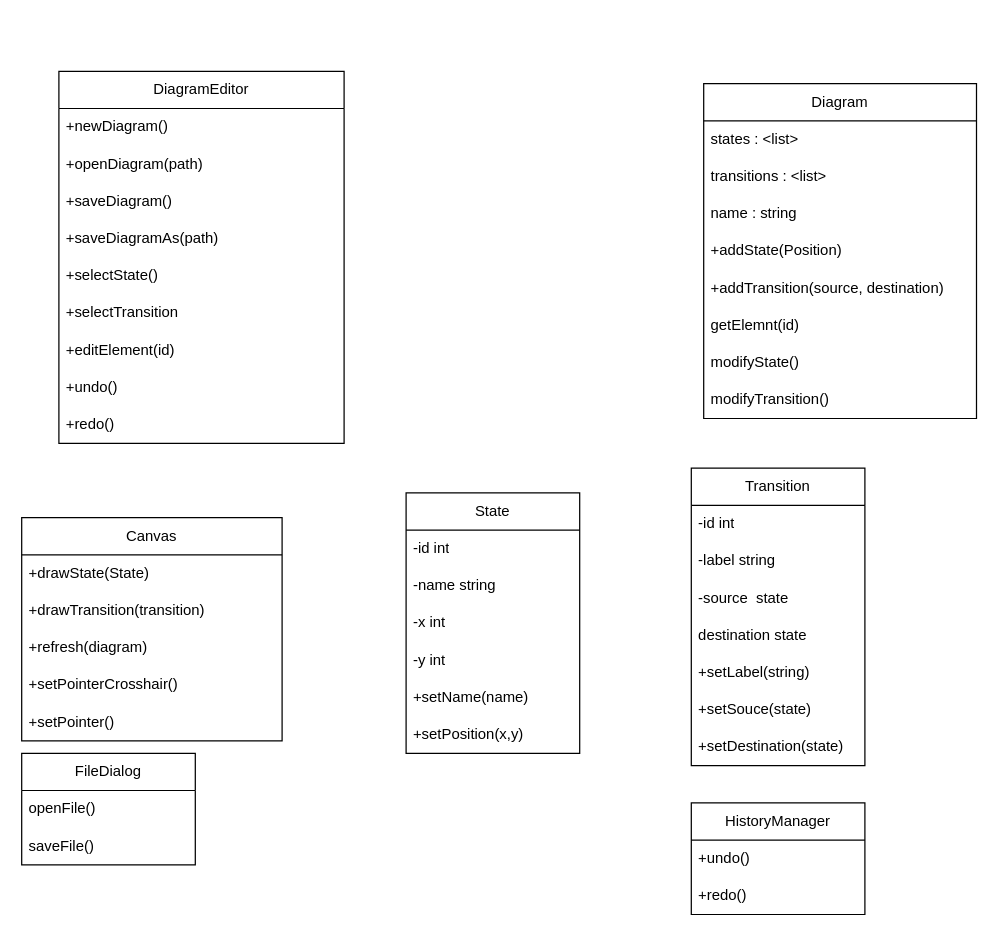
Before: DiagramClass.drawio in vwhernan/CSC-300, a draw.io diagram. Source tidied: cells renumbered, new cells numbered last; positions are measured from the earlier drawing's top-left corner, leaving out a move shared by most shapes. Both pictures are drawn from the tidied source at 124%, with x=0, y=0 at pixel (21, 71).
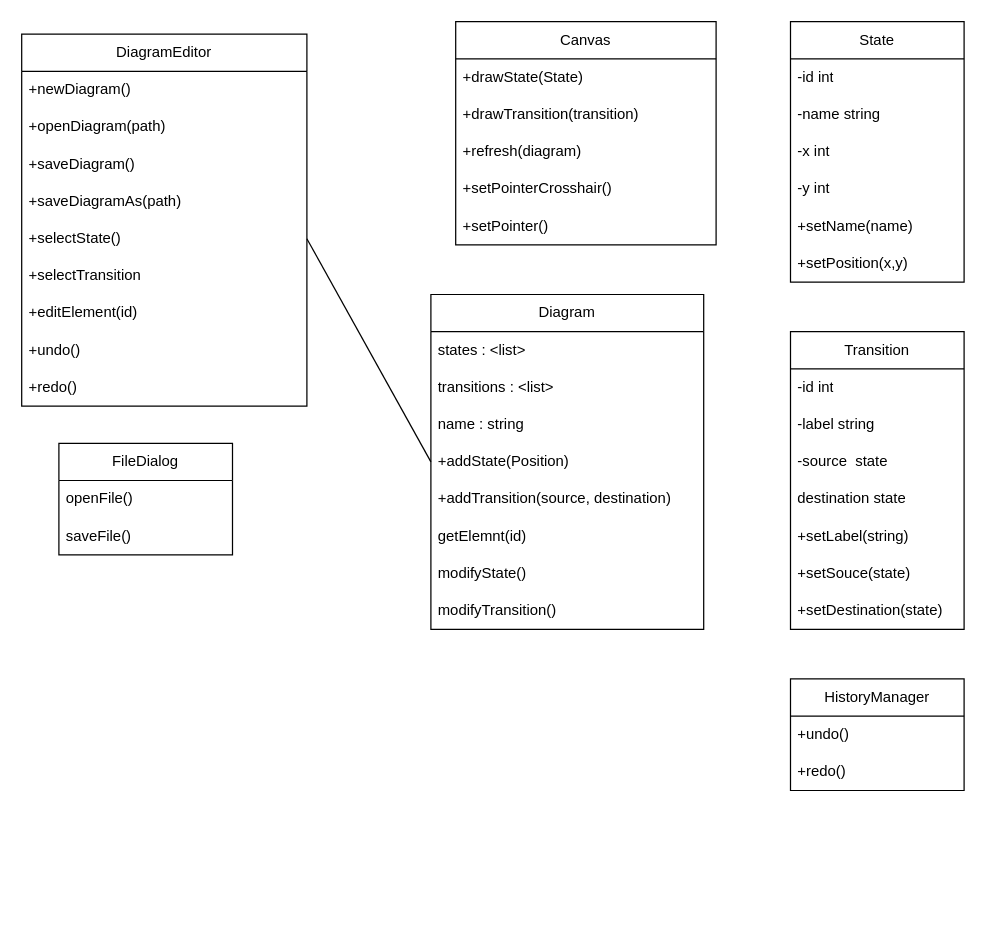
Above is the later version.

Unchanged cells that the change refers to:
```xml
<mxCell id="7" value="+selectState()" style="text;strokeColor=none;fillColor=none;align=left;verticalAlign=middle;spacingLeft=4;spacingRight=4;overflow=hidden;points=[[0,0.5],[1,0.5]];portConstraint=eastwest;whiteSpace=wrap;html=1;" parent="2" vertex="1">
  <mxGeometry y="150" width="230" height="30" as="geometry" />
</mxCell>
<mxCell id="26" value="+addState(Position)" style="text;strokeColor=none;fillColor=none;align=left;verticalAlign=middle;spacingLeft=4;spacingRight=4;overflow=hidden;points=[[0,0.5],[1,0.5]];portConstraint=eastwest;whiteSpace=wrap;html=1;" parent="22" vertex="1">
  <mxGeometry y="120" width="220" height="30" as="geometry" />
</mxCell>
```

Change to the diagram source:
```diff
@@
     <mxCell id="2" value="DiagramEditor" style="swimlane;fontStyle=0;horizontal=1;startSize=30;whiteSpace=wrap;html=1;" parent="1" vertex="1">
-      <mxGeometry x="30" width="230" height="300" as="geometry" />
+      <mxGeometry y="-30" width="230" height="300" as="geometry" />
     </mxCell>
@@
     <mxCell id="12" value="State" style="swimlane;fontStyle=0;horizontal=1;startSize=30;whiteSpace=wrap;html=1;" parent="1" vertex="1">
-      <mxGeometry x="310" y="340" width="140" height="210" as="geometry" />
+      <mxGeometry x="620" y="-40" width="140" height="210" as="geometry" />
     </mxCell>
@@
     <mxCell id="19" value="HistoryManager" style="swimlane;fontStyle=0;horizontal=1;startSize=30;whiteSpace=wrap;html=1;" parent="1" vertex="1">
-      <mxGeometry x="540" y="590" width="140" height="90" as="geometry" />
+      <mxGeometry x="620" y="490" width="140" height="90" as="geometry" />
     </mxCell>
@@
     <mxCell id="22" value="Diagram" style="swimlane;fontStyle=0;horizontal=1;startSize=30;whiteSpace=wrap;html=1;" parent="1" vertex="1">
-      <mxGeometry x="550" y="10" width="220" height="270" as="geometry" />
+      <mxGeometry x="330" y="180" width="220" height="270" as="geometry" />
     </mxCell>
@@
     <mxCell id="31" value="Transition" style="swimlane;fontStyle=0;horizontal=1;startSize=30;whiteSpace=wrap;html=1;" parent="1" vertex="1">
-      <mxGeometry x="540" y="320" width="140" height="240" as="geometry" />
+      <mxGeometry x="620" y="210" width="140" height="240" as="geometry" />
     </mxCell>
@@
     <mxCell id="39" value="Canvas" style="swimlane;fontStyle=0;horizontal=1;startSize=30;whiteSpace=wrap;html=1;" parent="1" vertex="1">
-      <mxGeometry y="360" width="210" height="180" as="geometry" />
+      <mxGeometry x="350" y="-40" width="210" height="180" as="geometry" />
     </mxCell>
@@
     <mxCell id="45" value="FileDialog" style="swimlane;fontStyle=0;horizontal=1;startSize=30;whiteSpace=wrap;html=1;" parent="1" vertex="1">
-      <mxGeometry y="550" width="140" height="90" as="geometry" />
+      <mxGeometry x="30" y="300" width="140" height="90" as="geometry" />
     </mxCell>
@@
+    <mxCell id="48" style="endArrow=none;html=1;rounded=0;entryX=0;entryY=0.5;entryDx=0;entryDy=0;exitX=1;exitY=0.5;exitDx=0;exitDy=0;" parent="1" edge="1" source="7" target="26">
+      <mxGeometry relative="1" as="geometry" />
+    </mxCell>
```
